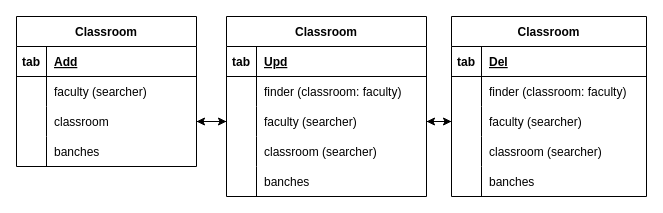
The draw.io diagram page "Classroom" (5 of 6) of Rectory.drawio in miguelrang/InscripcionHorarioSIASE-UANL-SIMULACION-2.0, before the edit. Source tidied: cells renumbered, new cells numbered last; positions are measured from the earlier drawing's top-left corner, leaving out a move shared by most shapes. Both pictures are drawn from the tidied source at 100%, with x=0, y=0 at pixel (16, 16).
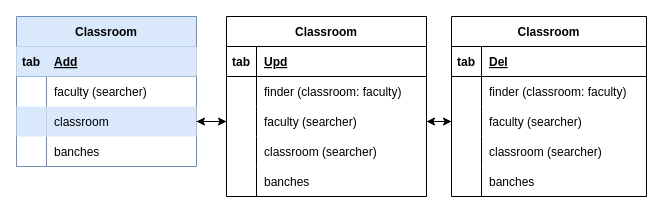
After the change.

Unchanged cells that the change refers to:
```xml
<mxCell id="9" style="shape=tableRow;horizontal=0;startSize=0;swimlaneHead=0;swimlaneBody=0;fillColor=none;points=[[0,0.5],[1,0.5]];portConstraint=eastwest;top=0;left=0;right=0;bottom=0;" parent="2" vertex="1">
  <mxGeometry y="90" width="180" height="30" as="geometry" />
</mxCell>
```

The edit, as a diff of the source:
```diff
@@
-    <mxCell id="2" value="Classroom" style="shape=table;startSize=30;childLayout=tableLayout;rowLines=0;fontStyle=1;align=center;" parent="1" vertex="1">
+    <mxCell id="2" value="Classroom" style="shape=table;startSize=30;childLayout=tableLayout;rowLines=0;fontStyle=1;align=center;fillColor=#dae8fc;strokeColor=#6c8ebf;" parent="1" vertex="1">
       <mxGeometry width="180" height="150" as="geometry" />
     </mxCell>
-    <mxCell id="3" style="shape=tableRow;horizontal=0;startSize=0;swimlaneHead=0;swimlaneBody=0;fillColor=none;top=0;left=0;right=0;bottom=1;" parent="2" vertex="1">
+    <mxCell id="3" style="shape=tableRow;horizontal=0;startSize=0;swimlaneHead=0;swimlaneBody=0;fillColor=#dae8fc;top=0;left=0;right=0;bottom=1;strokeColor=#6c8ebf;" parent="2" vertex="1">
       <mxGeometry y="30" width="180" height="30" as="geometry" />
     </mxCell>
-    <mxCell id="4" value="tab" style="shape=partialRectangle;fillColor=none;top=0;left=0;bottom=0;right=0;fontStyle=1;overflow=hidden;" parent="3" vertex="1">
+    <mxCell id="4" value="tab" style="shape=partialRectangle;fillColor=#dae8fc;top=0;left=0;bottom=0;right=0;fontStyle=1;overflow=hidden;strokeColor=#6c8ebf;" parent="3" vertex="1">
       <mxGeometry width="30" height="30" as="geometry" />
     </mxCell>
-    <mxCell id="5" value="Add" style="shape=partialRectangle;fillColor=none;top=0;left=0;bottom=0;right=0;align=left;spacingLeft=6;fontStyle=5;overflow=hidden;" parent="3" vertex="1">
+    <mxCell id="5" value="Add" style="shape=partialRectangle;fillColor=#dae8fc;top=0;left=0;bottom=0;right=0;align=left;spacingLeft=6;fontStyle=5;overflow=hidden;strokeColor=#6c8ebf;" parent="3" vertex="1">
       <mxGeometry x="30" width="150" height="30" as="geometry" />
     </mxCell>
@@
-    <mxCell id="10" style="shape=partialRectangle;fillColor=none;top=0;left=0;bottom=0;right=0;overflow=hidden;" parent="9" vertex="1">
+    <mxCell id="10" style="shape=partialRectangle;fillColor=#dae8fc;top=0;left=0;bottom=0;right=0;overflow=hidden;strokeColor=#6c8ebf;" parent="9" vertex="1">
       <mxGeometry width="30" height="30" as="geometry" />
     </mxCell>
-    <mxCell id="11" value="classroom" style="shape=partialRectangle;fillColor=none;top=0;left=0;bottom=0;right=0;align=left;spacingLeft=6;overflow=hidden;" parent="9" vertex="1">
+    <mxCell id="11" value="classroom" style="shape=partialRectangle;fillColor=#dae8fc;top=0;left=0;bottom=0;right=0;align=left;spacingLeft=6;overflow=hidden;strokeColor=#6c8ebf;" parent="9" vertex="1">
       <mxGeometry x="30" width="150" height="30" as="geometry" />
     </mxCell>
```
